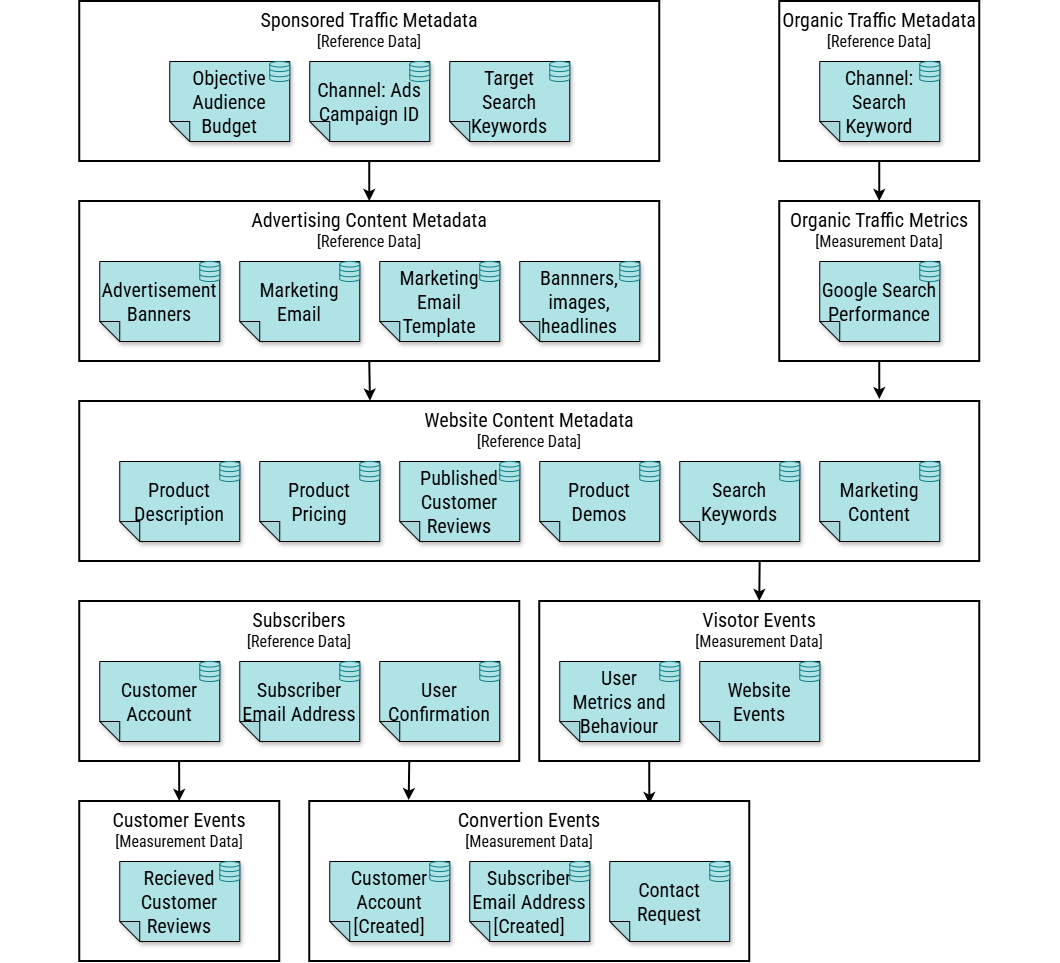
Earlier version of the draw.io export chapter-08/figure-8.05.drawio.png (software-architecture-guild/modeling-software-architecture). Source tidied: cells renumbered, new cells last; positions are measured from the earlier drawing's top-left corner, leaving out a move shared by most shapes.
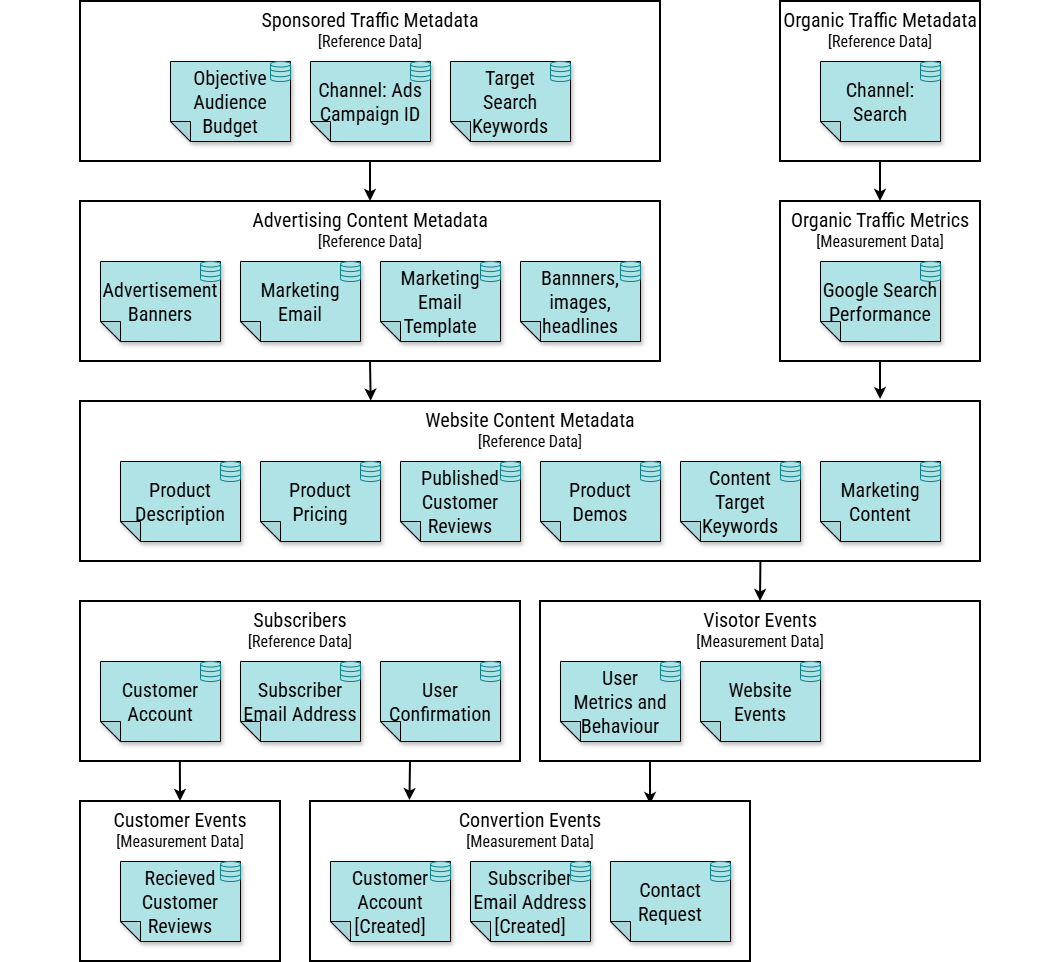
After the change.

Commit message:
chapter 8: fixed google search and ads

Change to the diagram source:
```diff
@@ -74,10 +74,10 @@
     <mxCell id="25" value="Target&#10;Search Keywords" style="shape=note;whiteSpace=wrap;backgroundOutline=1;darkOpacity=0.05;fillColor=#b0e3e6;strokeColor=#000000;fillStyle=solid;direction=west;gradientDirection=north;shadow=1;size=20;fontFamily=Roboto Condensed;fontSource=https%3A%2F%2Ffonts.googleapis.com%2Fcss%3Ffamily%3DRoboto%2BCondensed;fontSize=20;" parent="1" vertex="1">
       <mxGeometry x="450" y="60" width="120" height="80" as="geometry" />
     </mxCell>
-    <mxCell id="26" value="Search Keywords" style="shape=note;whiteSpace=wrap;backgroundOutline=1;darkOpacity=0.05;fillColor=#b0e3e6;strokeColor=#000000;fillStyle=solid;direction=west;gradientDirection=north;shadow=1;size=20;fontFamily=Roboto Condensed;fontSource=https%3A%2F%2Ffonts.googleapis.com%2Fcss%3Ffamily%3DRoboto%2BCondensed;fontSize=20;" parent="1" vertex="1">
+    <mxCell id="26" value="Content&#10;Target Keywords" style="shape=note;whiteSpace=wrap;backgroundOutline=1;darkOpacity=0.05;fillColor=#b0e3e6;strokeColor=#000000;fillStyle=solid;direction=west;gradientDirection=north;shadow=1;size=20;fontFamily=Roboto Condensed;fontSource=https%3A%2F%2Ffonts.googleapis.com%2Fcss%3Ffamily%3DRoboto%2BCondensed;fontSize=20;" parent="1" vertex="1">
       <mxGeometry x="680" y="460" width="120" height="80" as="geometry" />
     </mxCell>
-    <mxCell id="27" value="Channel: Search&#10;Keyword" style="shape=note;whiteSpace=wrap;backgroundOutline=1;darkOpacity=0.05;fillColor=#b0e3e6;strokeColor=#000000;fillStyle=solid;direction=west;gradientDirection=north;shadow=1;size=20;fontFamily=Roboto Condensed;fontSource=https%3A%2F%2Ffonts.googleapis.com%2Fcss%3Ffamily%3DRoboto%2BCondensed;fontSize=20;" parent="1" vertex="1">
+    <mxCell id="27" value="Channel: Search" style="shape=note;whiteSpace=wrap;backgroundOutline=1;darkOpacity=0.05;fillColor=#b0e3e6;strokeColor=#000000;fillStyle=solid;direction=west;gradientDirection=north;shadow=1;size=20;fontFamily=Roboto Condensed;fontSource=https%3A%2F%2Ffonts.googleapis.com%2Fcss%3Ffamily%3DRoboto%2BCondensed;fontSize=20;" parent="1" vertex="1">
       <mxGeometry x="820" y="60" width="120" height="80" as="geometry" />
     </mxCell>
     <mxCell id="28" style="verticalLabelPosition=bottom;align=center;labelBackgroundColor=#ffffff;verticalAlign=top;strokeWidth=1;shadow=0;dashed=0;shape=mxgraph.ios7.icons.data;fillColor=#b0e3e6;strokeColor=#0e8088;fontFamily=Roboto Condensed;fontSource=https%3A%2F%2Ffonts.googleapis.com%2Fcss%3Ffamily%3DRoboto%2BCondensed;fontSize=20;fontColor=#000000;" parent="1" vertex="1">
```
